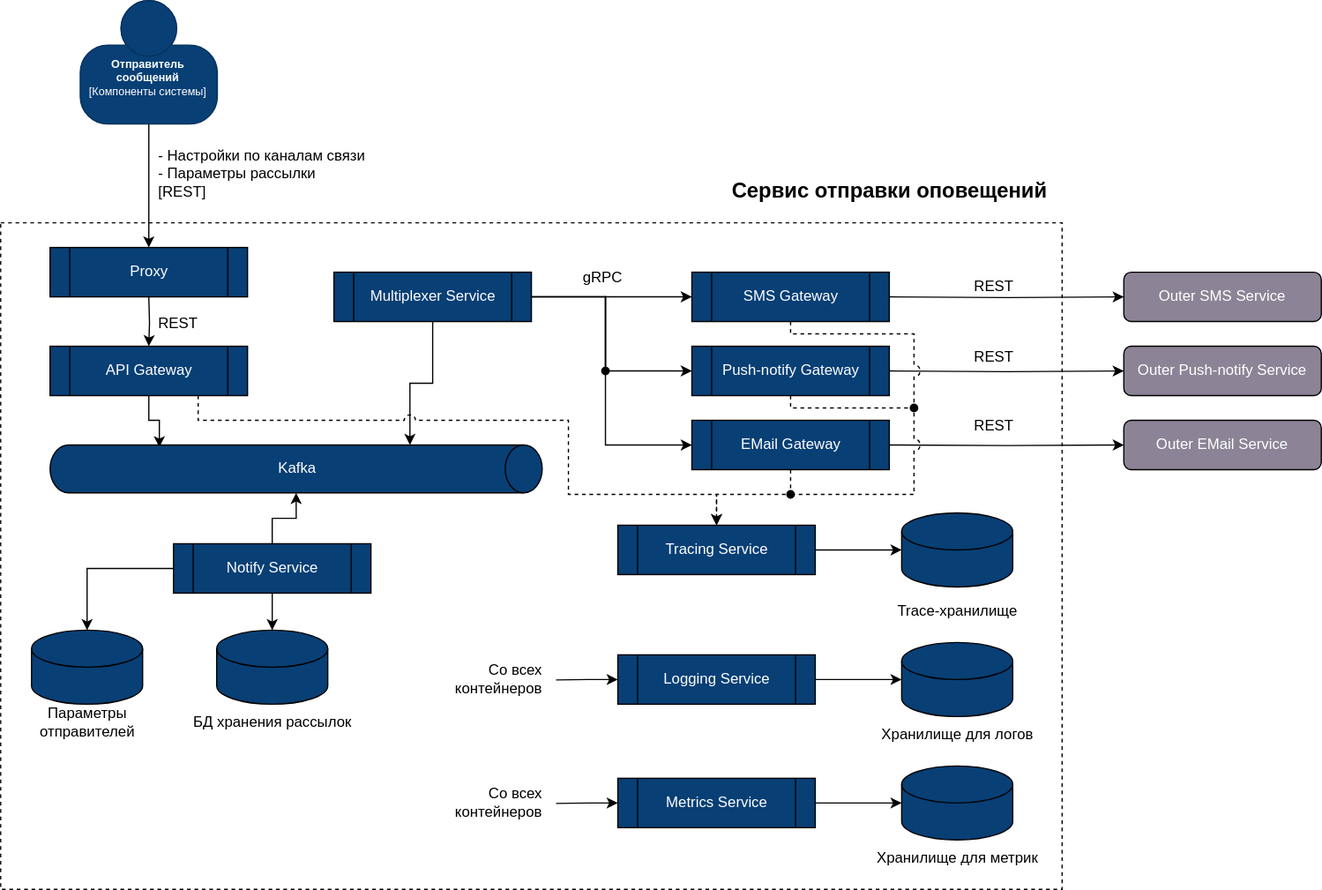
This is notificator/static/c2.svg from Yandex-Practicum/architect-practice-tpl, a draw.io export, as it was before one commit. Source tidied: cells renumbered, new cells last; positions are measured from the earlier drawing's top-left corner, leaving out a move shared by most shapes.
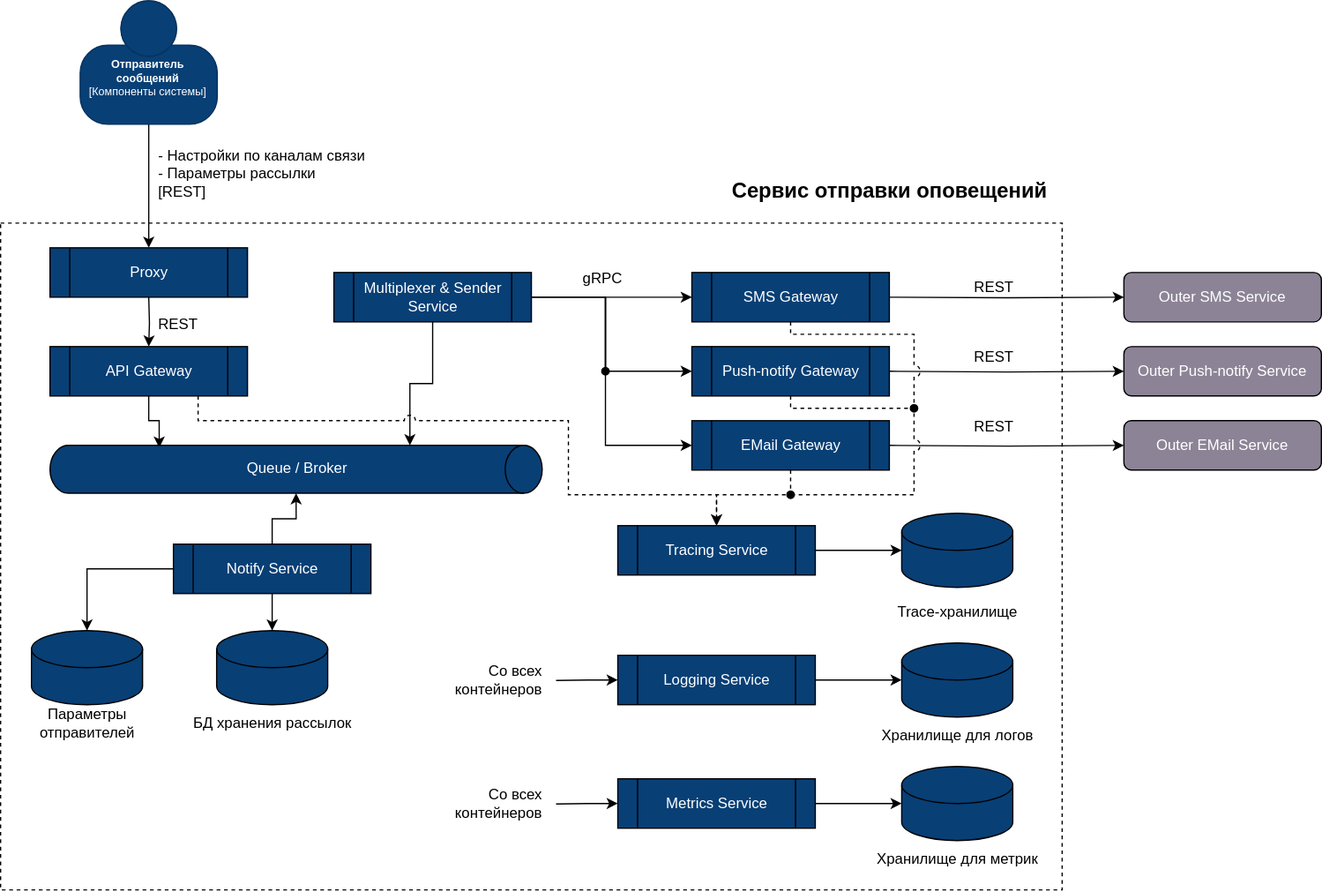
The same diagram one commit later.

Diff of the diagram source:
```diff
@@ -72,8 +72,8 @@
     <mxCell id="20" style="shape=cylinder3;whiteSpace=wrap;html=1;boundedLbl=1;backgroundOutline=1;size=15;rotation=90;fillColor=#083f75;fontColor=#FFFFFF;" parent="1" vertex="1">
       <mxGeometry x="220" y="180" width="38.8" height="398.8" as="geometry" />
     </mxCell>
-    <mxCell id="21" value="Kafka" style="text;html=1;align=center;verticalAlign=middle;strokeColor=none;fillColor=none;fontColor=#FFFFFF;" parent="1" vertex="1">
-      <mxGeometry x="215" y="364.4" width="50" height="30" as="geometry" />
+    <mxCell id="21" value="Queue / Broker" style="text;html=1;align=center;verticalAlign=middle;strokeColor=none;fillColor=none;fontColor=#FFFFFF;" parent="1" vertex="1">
+      <mxGeometry x="190" y="364.4" width="100" height="30" as="geometry" />
     </mxCell>
     <mxCell id="22" style="group;fillColor=none;fontColor=#ffffff;" parent="1" vertex="1">
       <mxGeometry x="20" y="480" width="100" height="95" as="geometry" />
@@ -135,7 +135,7 @@
         </Array>
       </mxGeometry>
     </mxCell>
-    <mxCell id="35" value="Multiplexer Service" style="shape=process;whiteSpace=wrap;html=1;backgroundOutline=1;fillColor=#083f75;fontColor=#FFFFFF;" parent="1" vertex="1">
+    <mxCell id="35" value="Multiplexer &amp;amp; Sender Service" style="shape=process;whiteSpace=wrap;html=1;backgroundOutline=1;fillColor=#083f75;fontColor=#FFFFFF;" parent="1" vertex="1">
       <mxGeometry x="270" y="220" width="160" height="40" as="geometry" />
     </mxCell>
     <mxCell id="36" style="edgeStyle=orthogonalEdgeStyle;rounded=0;jettySize=auto;html=1;exitX=0.5;exitY=1;exitDx=0;exitDy=0;entryX=0;entryY=0;entryDx=0;entryDy=107.1875;entryPerimeter=0;" parent="1" edge="1" source="35" target="20">
```
